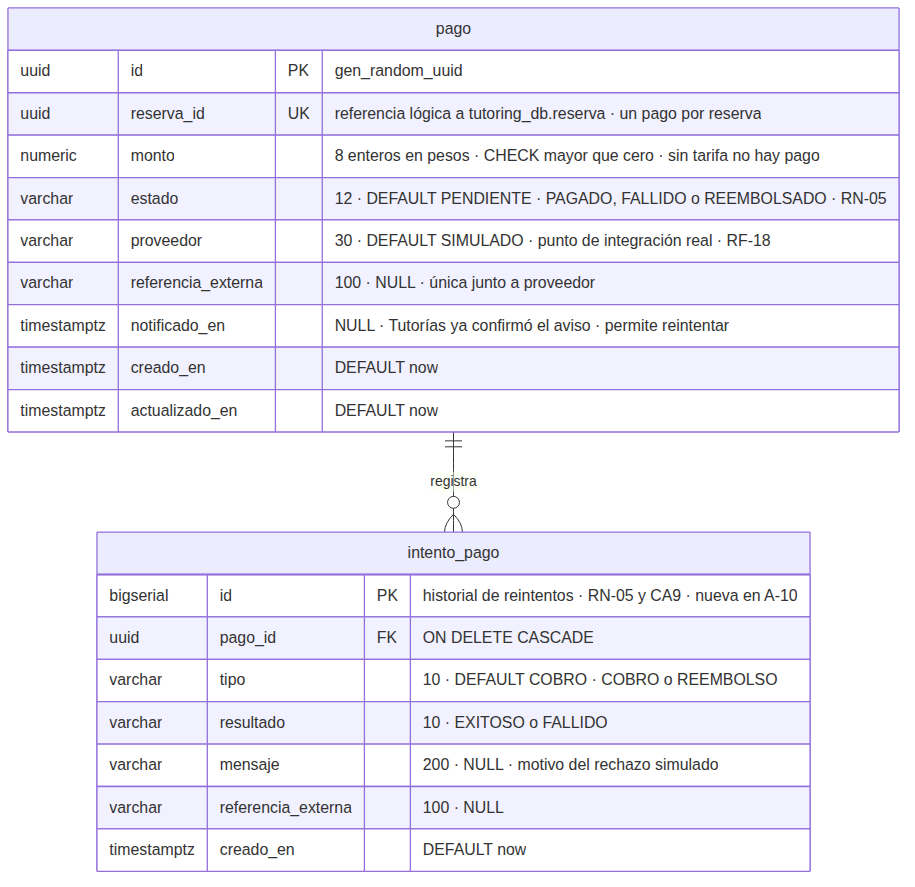
Above: docs/diagramas/04_payment_db.png in Bacchi701/Plataforma-web-tutorias (Mermaid), before the change. Its source is kept beside it as docs/diagramas/04_payment_db.mmd.
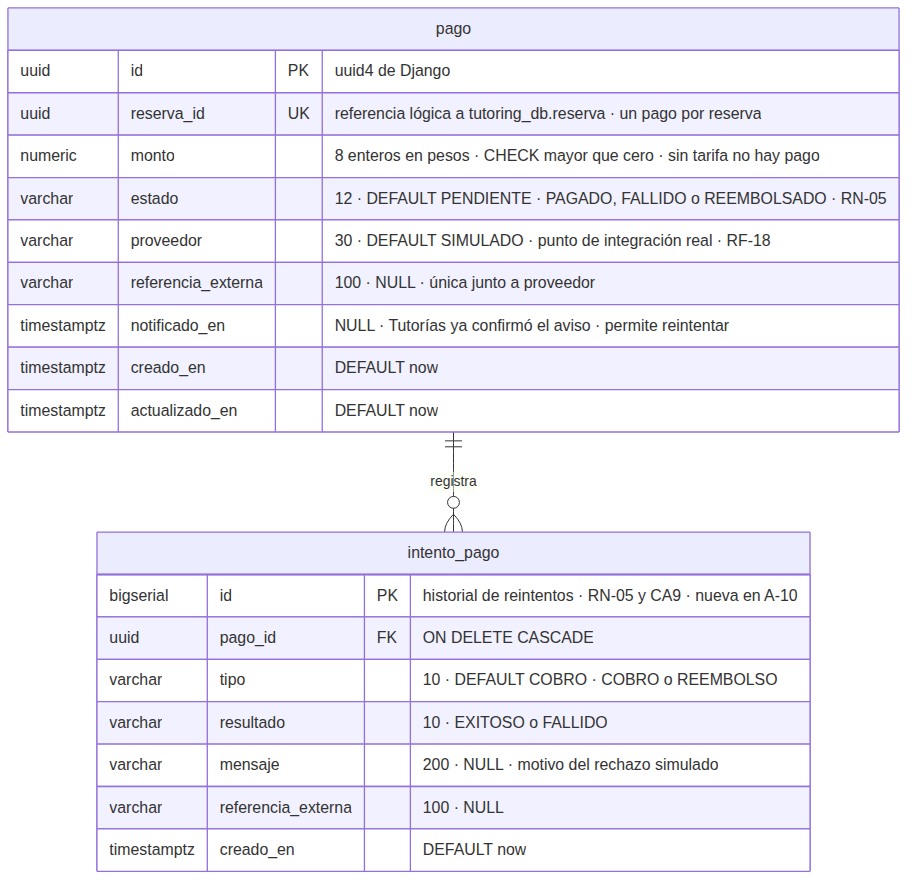
After the change.

The edit, as a diff of the source:
```diff
@@ -1,6 +1,6 @@
 erDiagram
     pago {
-        uuid id PK "gen_random_uuid"
+        uuid id PK "uuid4 de Django"
         uuid reserva_id UK "referencia lógica a tutoring_db.reserva · un pago por reserva"
         numeric monto "8 enteros en pesos · CHECK mayor que cero · sin tarifa no hay pago"
         varchar estado "12 · DEFAULT PENDIENTE · PAGADO, FALLIDO o REEMBOLSADO · RN-05"
```
